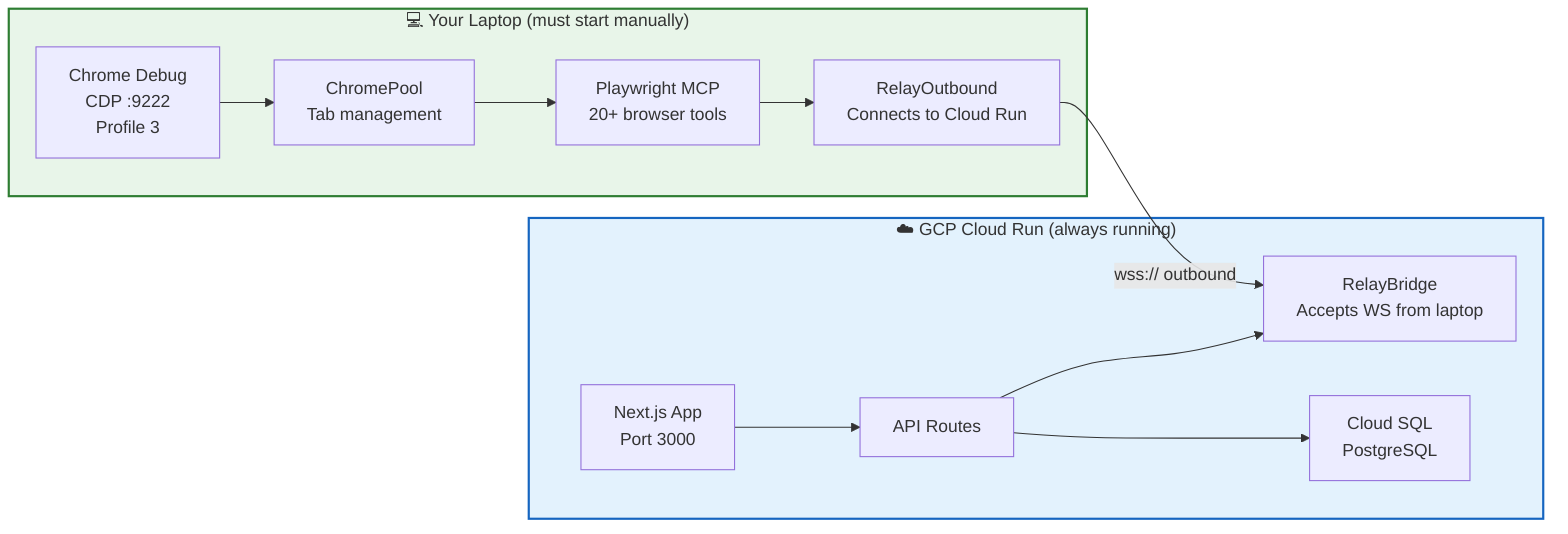
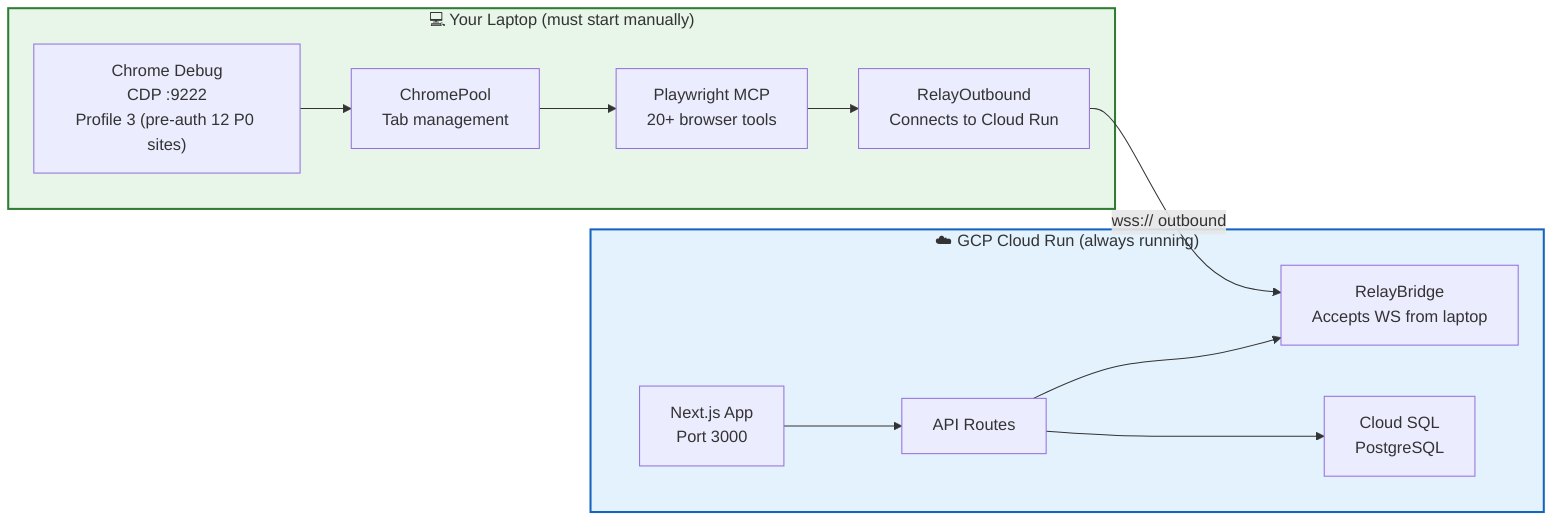
graph LR
    subgraph CLOUD["☁️ GCP Cloud Run (always running)"]
        WEB["Next.js App<br/>Port 3000"]
        API["API Routes"]
        BRIDGE["RelayBridge<br/>Accepts WS from laptop"]
        SQL["Cloud SQL<br/>PostgreSQL"]
        WEB --> API
        API --> BRIDGE
        API --> SQL
    end

    subgraph LAPTOP["💻 Your Laptop (must start manually)"]
-         CHROME["Chrome Debug<br/>CDP :9222<br/>Profile 3"]
+         CHROME["Chrome Debug<br/>CDP :9222<br/>Profile 3 (pre-auth 12 P0 sites)"]
        POOL["ChromePool<br/>Tab management"]
        MCP["Playwright MCP<br/>20+ browser tools"]
        RELAY["RelayOutbound<br/>Connects to Cloud Run"]
        CHROME --> POOL
        POOL --> MCP
        MCP --> RELAY
    end

    RELAY -->|"wss:// outbound"| BRIDGE

    style CLOUD fill:#e3f2fd,stroke:#1565c0,stroke-width:2px
    style LAPTOP fill:#e8f5e9,stroke:#2e7d32,stroke-width:2px
